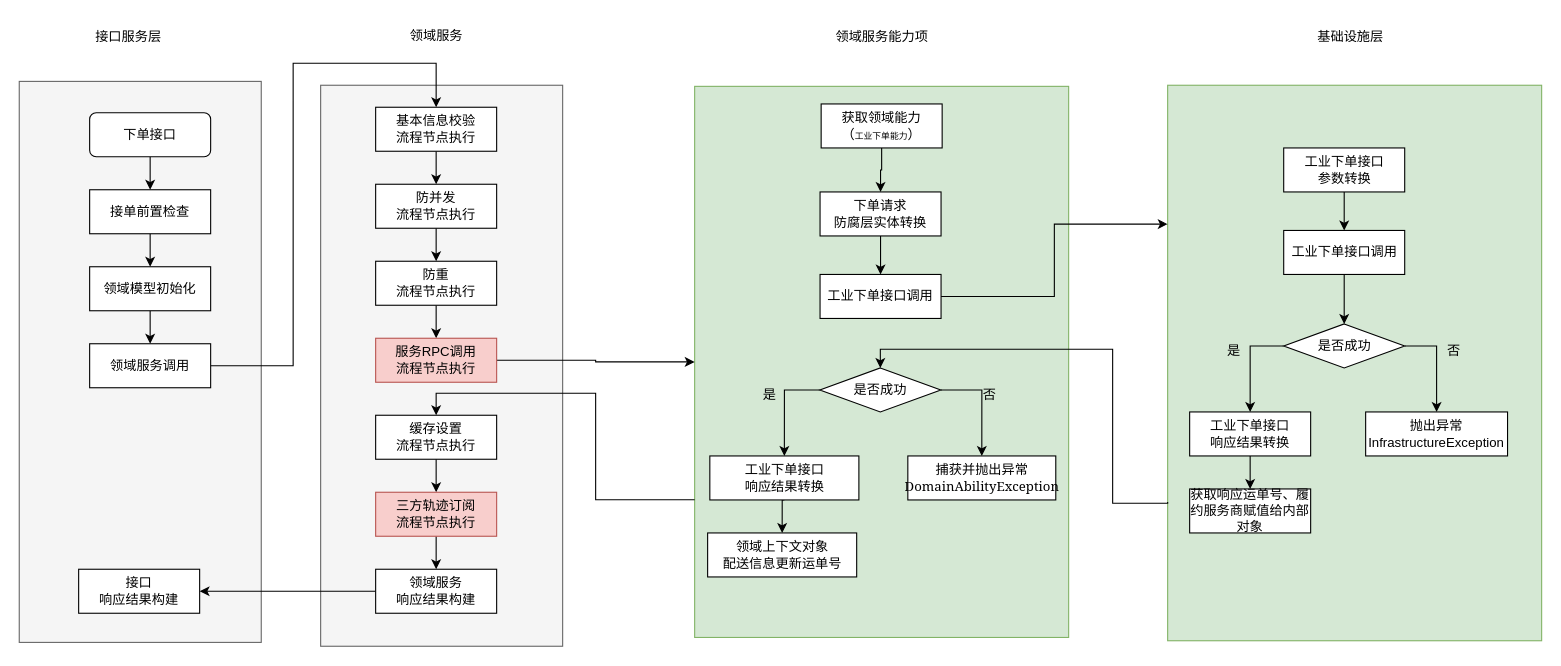
lixintao03/lixintao.github.io keeps this draw.io diagram as page "承运平台物流平台下单" (37 of 37) of Untitled Diagram.drawio. Above is the earlier version. Source tidied: cells renumbered, new cells numbered last; positions are measured from the earlier drawing's top-left corner, leaving out a move shared by most shapes. Both pictures are drawn from the tidied source at 110%, with x=0, y=0 at pixel (19, 19).
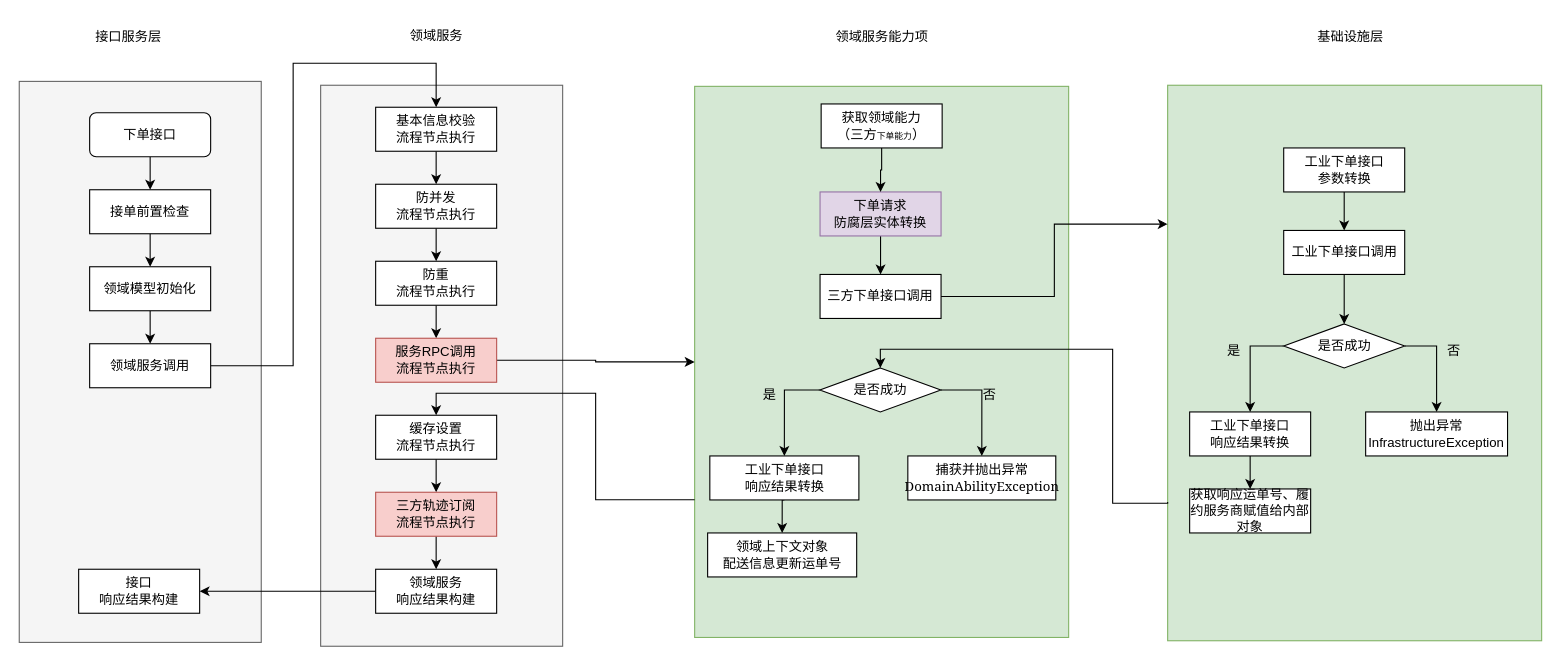
The same page after the edit.

Diff of the diagram source:
```diff
@@
-    <mxCell id="30" value="下单请求&lt;br&gt;防腐层实体转换" style="rounded=0;whiteSpace=wrap;html=1;" parent="1" vertex="1">
+    <mxCell id="30" value="下单请求&lt;br&gt;防腐层实体转换" style="rounded=0;whiteSpace=wrap;html=1;fillColor=#e1d5e7;strokeColor=#9673a6;" parent="1" vertex="1">
       <mxGeometry x="728" y="157" width="110" height="40" as="geometry" />
     </mxCell>
@@
-    <mxCell id="32" value="工业下单接口调用" style="rounded=0;whiteSpace=wrap;html=1;" parent="1" vertex="1">
+    <mxCell id="32" value="三方下单接口调用" style="rounded=0;whiteSpace=wrap;html=1;" parent="1" vertex="1">
       <mxGeometry x="728" y="232" width="110" height="40" as="geometry" />
     </mxCell>
@@
-    <mxCell id="58" value="获取领域能力&lt;br&gt;（&lt;font style=&quot;font-size: 8px;&quot;&gt;工业下单能力&lt;/font&gt;）" style="rounded=0;whiteSpace=wrap;html=1;" parent="1" vertex="1">
+    <mxCell id="58" value="获取领域能力&lt;br&gt;（三方&lt;font style=&quot;font-size: 8px;&quot;&gt;下单能力&lt;/font&gt;）" style="rounded=0;whiteSpace=wrap;html=1;" parent="1" vertex="1">
       <mxGeometry x="729" y="77" width="110" height="40" as="geometry" />
     </mxCell>
```
